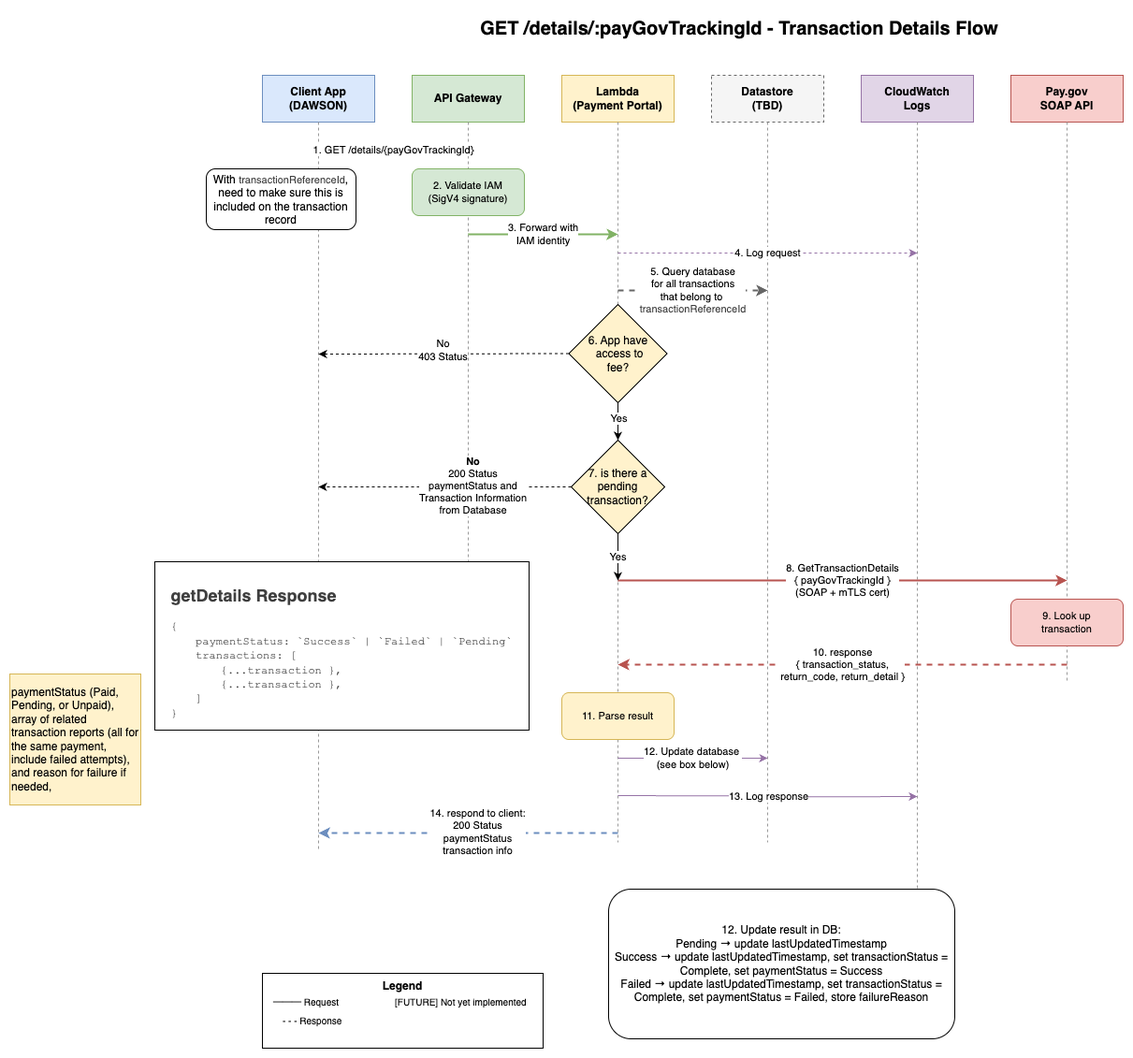
Above: docs/diagrams/get-details-flow.png in ustaxcourt/ustc-payment-portal (draw.io), before the change. Source tidied: cells renumbered, new cells last; positions are measured from the earlier drawing's top-left corner, leaving out a move shared by most shapes.
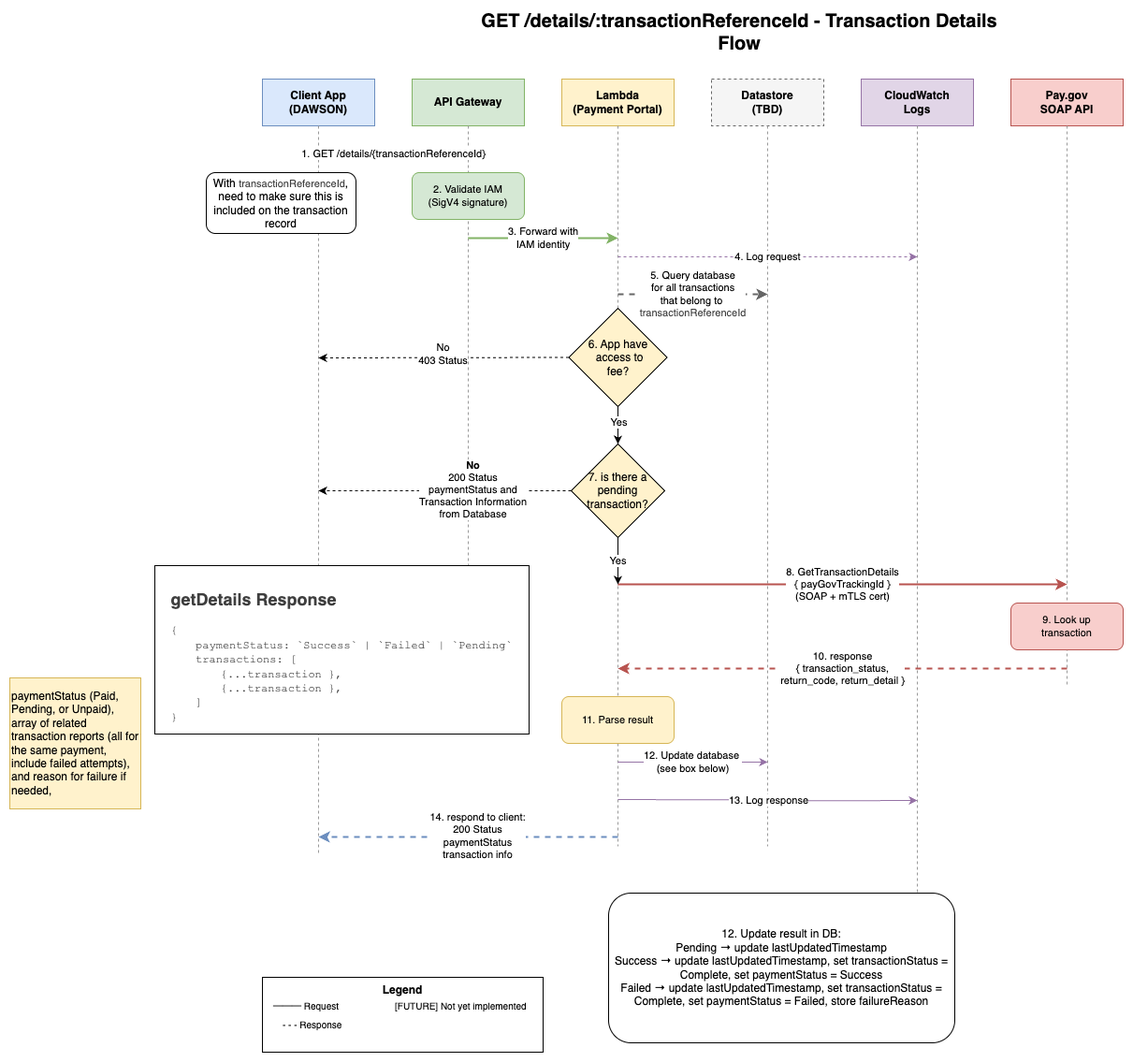
After the commit.

Commit message:
PAY-075: added transactionreferenceID and metadata back

Diff of the diagram source:
```diff
@@ -2,7 +2,7 @@
   <root>
     <mxCell id="0" />
     <mxCell id="1" parent="0" />
-    <mxCell id="2" value="GET /details/:payGovTrackingId - Transaction Details Flow" style="text;html=1;strokeColor=none;fillColor=none;align=center;verticalAlign=middle;whiteSpace=wrap;rounded=0;fontSize=20;fontStyle=1;" parent="1" vertex="1">
+    <mxCell id="2" value="GET /details/:transactionReferenceId - Transaction Details Flow" style="text;html=1;strokeColor=none;fillColor=none;align=center;verticalAlign=middle;whiteSpace=wrap;rounded=0;fontSize=20;fontStyle=1;" parent="1" vertex="1">
       <mxGeometry x="480" width="600" height="40" as="geometry" />
     </mxCell>
     <mxCell id="3" value="Client App&#10;(DAWSON)" style="rounded=0;whiteSpace=wrap;html=1;fillColor=#dae8fc;strokeColor=#6c8ebf;fontSize=12;fontStyle=1;" parent="1" vertex="1">
@@ -58,7 +58,7 @@
         <mxPoint x="1130" y="720" as="targetPoint" />
       </mxGeometry>
     </mxCell>
-    <mxCell id="15" value="1. GET /details/{payGovTrackingId}" style="edgeStyle=orthogonalEdgeStyle;rounded=0;orthogonalLoop=1;jettySize=auto;html=1;strokeWidth=2;fillColor=#dae8fc;strokeColor=#6c8ebf;" parent="1" edge="1">
+    <mxCell id="15" value="1. GET /details/{transactionReferenceId}" style="edgeStyle=orthogonalEdgeStyle;rounded=0;orthogonalLoop=1;jettySize=auto;html=1;strokeWidth=2;fillColor=#dae8fc;strokeColor=#6c8ebf;" parent="1" edge="1">
       <mxGeometry relative="1" as="geometry">
         <mxPoint x="330" y="150" as="sourcePoint" />
         <mxPoint x="490" y="150" as="targetPoint" />
```
